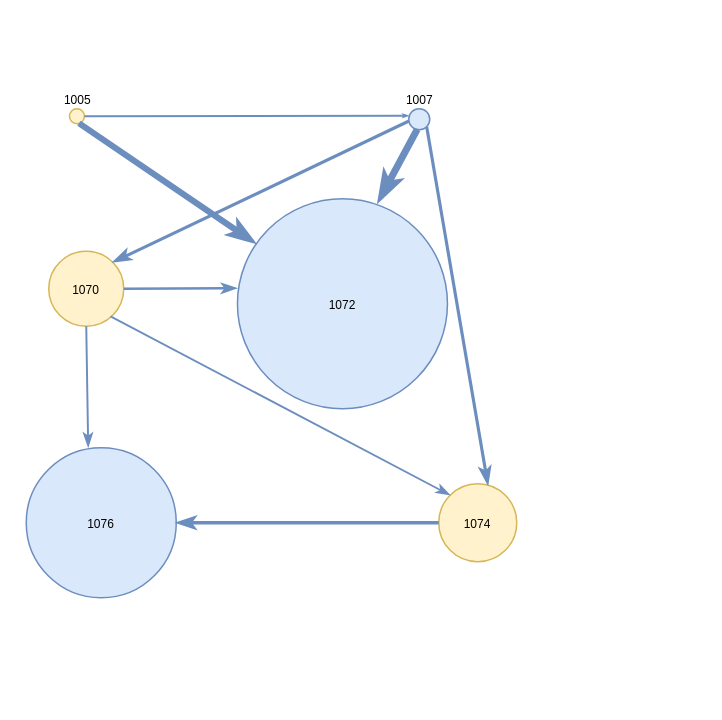
This is page "第 8 页" (8 of 8) of 根因分析.drawio from balllightnings/draw, a draw.io file, before an edit. Source tidied: cells renumbered, new cells numbered last; positions are measured from the earlier drawing's top-left corner, leaving out a move shared by most shapes. Both pictures are drawn from the tidied source at 150%, with x=0, y=0 at pixel (26, 86).
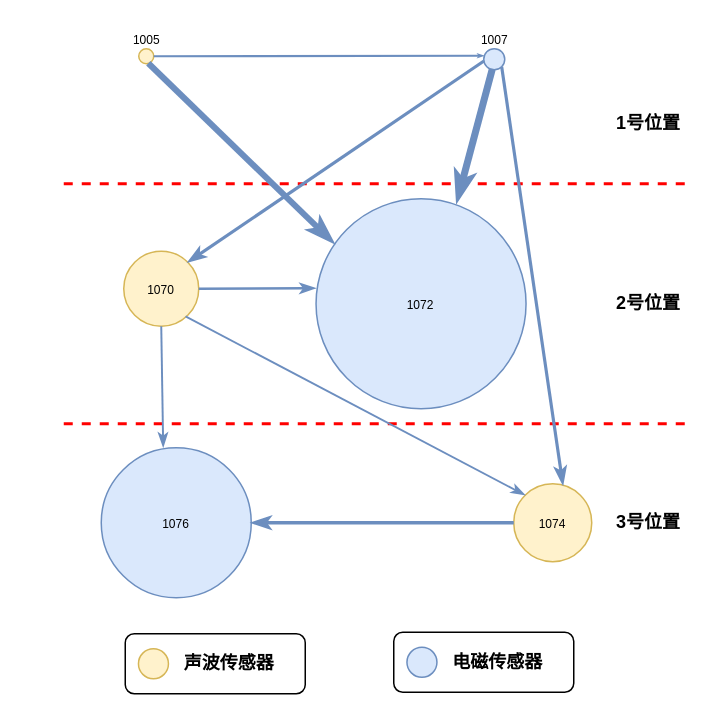
Above is the later version.

Commit message:
更新根因分析.drawio

Diff of the diagram source:
```diff
@@
+    <mxCell id="19" style="endArrow=none;dashed=1;html=1;rounded=0;strokeWidth=2;strokeColor=#FF0000;" parent="1" edge="1">
+      <mxGeometry relative="1" as="geometry">
+        <mxPoint x="25" y="225" as="sourcePoint" />
+        <mxPoint x="445" y="225" as="targetPoint" />
+      </mxGeometry>
+    </mxCell>
+    <mxCell id="20" style="endArrow=none;dashed=1;html=1;rounded=0;strokeWidth=2;fillColor=#f8cecc;strokeColor=#FF0000;" parent="1" edge="1">
+      <mxGeometry relative="1" as="geometry">
+        <mxPoint x="25" y="65" as="sourcePoint" />
+        <mxPoint x="445" y="65" as="targetPoint" />
+      </mxGeometry>
+    </mxCell>
     <mxCell id="2" style="ellipse;whiteSpace=wrap;html=1;fillColor=#fff2cc;strokeColor=#d6b656;" parent="1" vertex="1">
-      <mxGeometry x="28.8" y="15" width="10" height="10" as="geometry" />
+      <mxGeometry x="75" y="-25" width="10" height="10" as="geometry" />
     </mxCell>
     <mxCell id="3" style="ellipse;whiteSpace=wrap;html=1;fillColor=#dae8fc;strokeColor=#6c8ebf;" parent="1" vertex="1">
-      <mxGeometry x="255" y="15" width="14" height="14" as="geometry" />
+      <mxGeometry x="305" y="-25" width="14" height="14" as="geometry" />
     </mxCell>
     <mxCell id="4" value="&lt;font style=&quot;font-size: 8px;&quot;&gt;1070&lt;/font&gt;" style="ellipse;whiteSpace=wrap;html=1;fillColor=#fff2cc;strokeColor=#d6b656;" parent="1" vertex="1">
-      <mxGeometry x="15" y="110" width="50" height="50" as="geometry" />
+      <mxGeometry x="65" y="110" width="50" height="50" as="geometry" />
     </mxCell>
     <mxCell id="5" value="&lt;font style=&quot;font-size: 8px;&quot;&gt;1072&lt;/font&gt;" style="ellipse;whiteSpace=wrap;html=1;fillColor=#dae8fc;strokeColor=#6c8ebf;" parent="1" vertex="1">
-      <mxGeometry x="140.8" y="75" width="140" height="140" as="geometry" />
+      <mxGeometry x="193.2" y="75" width="140" height="140" as="geometry" />
     </mxCell>
     <mxCell id="6" value="&lt;font style=&quot;font-size: 8px;&quot;&gt;1076&lt;/font&gt;" style="ellipse;whiteSpace=wrap;html=1;fillColor=#dae8fc;strokeColor=#6c8ebf;" parent="1" vertex="1">
-      <mxGeometry y="241" width="100" height="100" as="geometry" />
+      <mxGeometry x="50" y="241" width="100" height="100" as="geometry" />
     </mxCell>
@@
     <mxCell id="11" value="&lt;font style=&quot;font-size: 8px;&quot;&gt;1074&lt;/font&gt;" style="ellipse;whiteSpace=wrap;html=1;fillColor=#fff2cc;strokeColor=#d6b656;" parent="1" vertex="1">
-      <mxGeometry x="275" y="265" width="52" height="52" as="geometry" />
+      <mxGeometry x="325" y="265" width="52" height="52" as="geometry" />
     </mxCell>
@@
     <mxCell id="17" value="&lt;font style=&quot;font-size: 8px;&quot;&gt;1005&lt;/font&gt;" style="text;html=1;align=center;verticalAlign=middle;whiteSpace=wrap;rounded=0;" parent="1" vertex="1">
-      <mxGeometry x="12.5" width="42.5" height="15" as="geometry" />
+      <mxGeometry x="58.8" y="-40" width="42.5" height="15" as="geometry" />
     </mxCell>
     <mxCell id="18" value="&lt;font style=&quot;font-size: 8px;&quot;&gt;1007&lt;/font&gt;" style="text;html=1;align=center;verticalAlign=middle;whiteSpace=wrap;rounded=0;" parent="1" vertex="1">
-      <mxGeometry x="240.8" width="42.5" height="15" as="geometry" />
+      <mxGeometry x="290.8" y="-40" width="42.5" height="15" as="geometry" />
     </mxCell>
+    <mxCell id="21" value="&lt;b&gt;2号位置&lt;/b&gt;" style="rounded=1;whiteSpace=wrap;html=1;dashed=1;fillStyle=dots;strokeColor=none;fillColor=none;" parent="1" vertex="1">
+      <mxGeometry x="385" y="135" width="60" height="20" as="geometry" />
+    </mxCell>
+    <mxCell id="22" value="&lt;b&gt;1号位置&lt;/b&gt;" style="rounded=1;whiteSpace=wrap;html=1;dashed=1;fillStyle=dots;strokeColor=none;fillColor=none;" parent="1" vertex="1">
+      <mxGeometry x="385" y="15" width="60" height="20" as="geometry" />
+    </mxCell>
+    <mxCell id="23" value="&lt;b&gt;3号位置&lt;/b&gt;" style="rounded=1;whiteSpace=wrap;html=1;dashed=1;fillStyle=dots;strokeColor=none;fillColor=none;" parent="1" vertex="1">
+      <mxGeometry x="385" y="281" width="60" height="20" as="geometry" />
+    </mxCell>
+    <mxCell id="24" style="rounded=1;whiteSpace=wrap;html=1;" parent="1" vertex="1">
+      <mxGeometry x="66" y="365" width="120" height="40" as="geometry" />
+    </mxCell>
+    <mxCell id="25" style="ellipse;whiteSpace=wrap;html=1;fillColor=#fff2cc;strokeColor=#d6b656;" parent="1" vertex="1">
+      <mxGeometry x="74.8" y="375" width="20" height="20" as="geometry" />
+    </mxCell>
+    <mxCell id="26" value="&lt;b&gt;声波传感器&lt;br&gt;&lt;/b&gt;" style="rounded=1;whiteSpace=wrap;html=1;dashed=1;fillStyle=dots;strokeColor=none;fillColor=none;" parent="1" vertex="1">
+      <mxGeometry x="98" y="375" width="75" height="20" as="geometry" />
+    </mxCell>
+    <mxCell id="27" style="rounded=1;whiteSpace=wrap;html=1;" parent="1" vertex="1">
+      <mxGeometry x="245" y="364" width="120" height="40" as="geometry" />
+    </mxCell>
+    <mxCell id="28" style="ellipse;whiteSpace=wrap;html=1;fillColor=#dae8fc;strokeColor=#6c8ebf;" parent="1" vertex="1">
+      <mxGeometry x="253.8" y="374" width="20" height="20" as="geometry" />
+    </mxCell>
+    <mxCell id="29" value="&lt;b&gt;电磁传感器&lt;br&gt;&lt;/b&gt;" style="rounded=1;whiteSpace=wrap;html=1;dashed=1;fillStyle=dots;strokeColor=none;fillColor=none;" parent="1" vertex="1">
+      <mxGeometry x="277" y="374" width="75" height="20" as="geometry" />
+    </mxCell>
```
